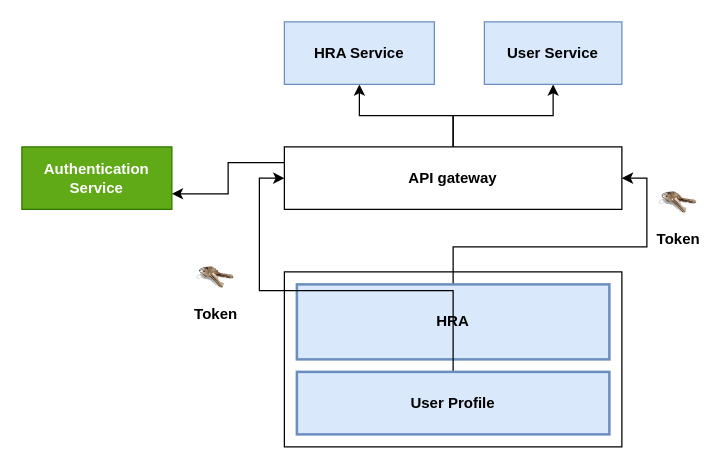
vnshtiwari/root-config keeps this draw.io diagram as page "Page-5" (5 of 7) of src/Untitled Diagram.drawio. Above is the earlier version. Source tidied: cells renumbered, new cells numbered last; positions are measured from the earlier drawing's top-left corner, leaving out a move shared by most shapes. Both pictures are drawn from the tidied source at 125%, with x=0, y=0 at pixel (21, 21).
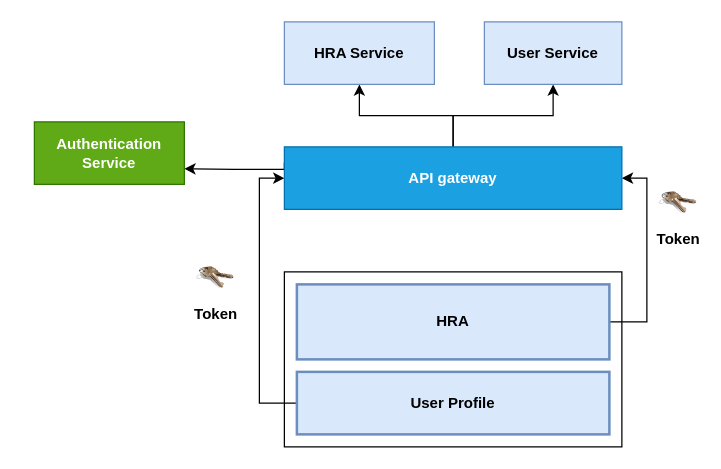
Above is the later version.

The change refers to these unchanged cells:
```xml
<mxCell id="4" value="&lt;b&gt;HRA&lt;/b&gt;" style="rounded=0;whiteSpace=wrap;html=1;strokeWidth=2;fillColor=#dae8fc;strokeColor=#6c8ebf;" parent="1" vertex="1">
  <mxGeometry x="220" y="210" width="250" height="60" as="geometry" />
</mxCell>
<mxCell id="6" value="&lt;font style=&quot;font-size: 12px;&quot;&gt;&lt;b&gt;User Profile&lt;/b&gt;&lt;/font&gt;" style="rounded=0;whiteSpace=wrap;html=1;strokeWidth=2;fillColor=#dae8fc;strokeColor=#6c8ebf;" parent="1" vertex="1">
  <mxGeometry x="220" y="280" width="250" height="50" as="geometry" />
</mxCell>
```

Change to the diagram source:
```diff
@@
     <mxCell id="3" style="edgeStyle=orthogonalEdgeStyle;rounded=0;jettySize=auto;html=1;entryX=1;entryY=0.5;entryDx=0;entryDy=0;" parent="1" edge="1" source="4" target="10">
-      <mxGeometry relative="1" as="geometry" />
+      <mxGeometry relative="1" as="geometry">
+        <Array as="points">
+          <mxPoint x="500" y="240" />
+          <mxPoint x="500" y="125" />
+        </Array>
+      </mxGeometry>
     </mxCell>
@@
     <mxCell id="5" style="edgeStyle=orthogonalEdgeStyle;rounded=0;jettySize=auto;html=1;entryX=0;entryY=0.5;entryDx=0;entryDy=0;" parent="1" edge="1" source="6" target="10">
-      <mxGeometry relative="1" as="geometry" />
+      <mxGeometry relative="1" as="geometry">
+        <Array as="points">
+          <mxPoint x="190" y="305" />
+          <mxPoint x="190" y="125" />
+        </Array>
+      </mxGeometry>
     </mxCell>
@@
     <mxCell id="7" style="edgeStyle=orthogonalEdgeStyle;rounded=0;jettySize=auto;html=1;entryX=1;entryY=0.75;entryDx=0;entryDy=0;exitX=0;exitY=0.25;exitDx=0;exitDy=0;" parent="1" edge="1" source="10" target="13">
-      <mxGeometry relative="1" as="geometry" />
+      <mxGeometry relative="1" as="geometry">
+        <Array as="points">
+          <mxPoint x="210" y="118" />
+          <mxPoint x="170" y="118" />
+        </Array>
+      </mxGeometry>
     </mxCell>
@@
-    <mxCell id="10" value="&lt;font style=&quot;font-size: 12px;&quot;&gt;&lt;b&gt;API gateway&lt;/b&gt;&lt;/font&gt;" style="rounded=0;whiteSpace=wrap;html=1;" parent="1" vertex="1">
+    <mxCell id="10" value="&lt;font style=&quot;font-size: 12px;&quot;&gt;&lt;b&gt;API gateway&lt;/b&gt;&lt;/font&gt;" style="rounded=0;whiteSpace=wrap;html=1;fillColor=#1ba1e2;fontColor=#ffffff;strokeColor=#006EAF;" parent="1" vertex="1">
       <mxGeometry x="210" y="100" width="270" height="50" as="geometry" />
     </mxCell>
@@
     <mxCell id="13" value="&lt;b&gt;Authentication Service&lt;/b&gt;" style="rounded=0;whiteSpace=wrap;html=1;fillColor=#60a917;fontColor=#ffffff;strokeColor=#2D7600;" parent="1" vertex="1">
-      <mxGeometry y="100" width="120" height="50" as="geometry" />
+      <mxGeometry x="10" y="80" width="120" height="50" as="geometry" />
     </mxCell>
```
